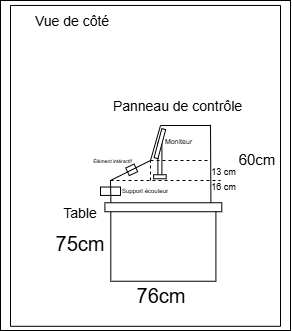
Earlier version of the draw.io export technique/plan_implantation_02.drawio.png (deux-intelligence/deux-neurones). Source tidied: cells renumbered, new cells last; positions are measured from the earlier drawing's top-left corner, leaving out a move shared by most shapes.
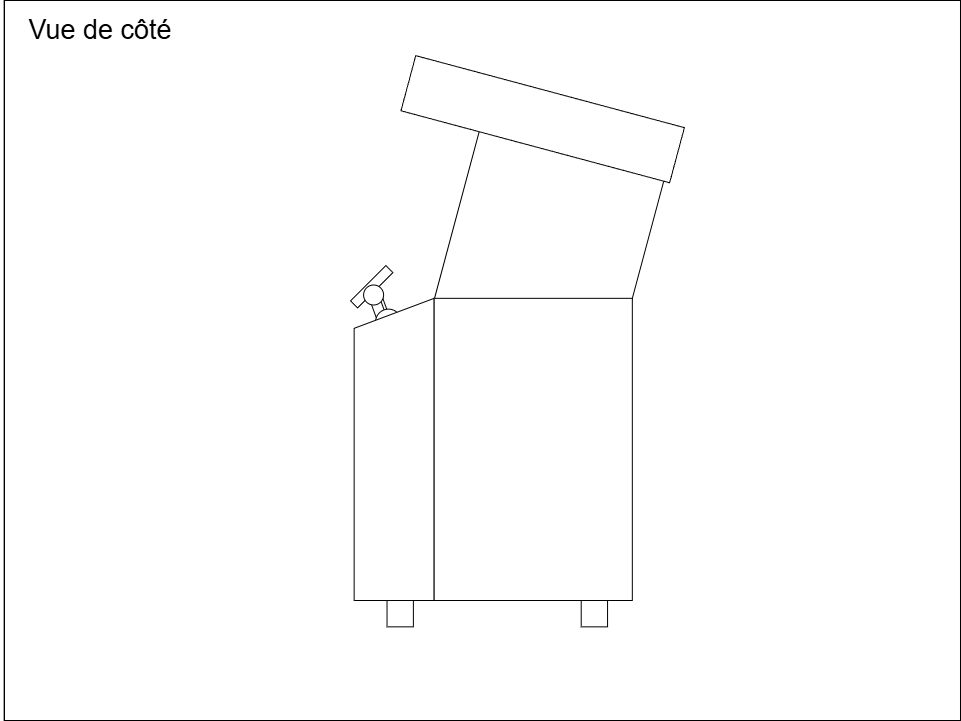
After the commit.

Commit message:
Élargir Plan d'implantation (mesure des modifications à mettre)

Diff of the diagram source:
```diff
@@ -2,112 +2,53 @@
   <root>
     <mxCell id="0" />
     <mxCell id="1" parent="0" />
-    <mxCell id="2" style="rounded=0;whiteSpace=wrap;html=1;" parent="1" vertex="1">
-      <mxGeometry width="290" height="330" as="geometry" />
-    </mxCell>
-    <mxCell id="3" style="swimlane;startSize=0;" parent="1" vertex="1">
-      <mxGeometry x="10" y="4.9" width="270" height="320.9" as="geometry" />
-    </mxCell>
-    <mxCell id="4" style="rounded=0;whiteSpace=wrap;html=1;rotation=0;" parent="3" vertex="1">
-      <mxGeometry x="147.4" y="137.5" width="4" height="32.5" as="geometry" />
-    </mxCell>
-    <mxCell id="5" style="rounded=0;whiteSpace=wrap;html=1;rotation=65;direction=south;" parent="3" vertex="1">
-      <mxGeometry x="117" y="159.8" width="8.4" height="9.2" as="geometry" />
-    </mxCell>
-    <mxCell id="6" style="rounded=0;whiteSpace=wrap;html=1;" parent="3" vertex="1">
-      <mxGeometry x="90" y="181.6" width="20" height="8.4" as="geometry" />
-    </mxCell>
-    <mxCell id="7" style="endArrow=none;html=1;exitX=1.007;exitY=0.145;exitDx=0;exitDy=0;exitPerimeter=0;" parent="3" edge="1" source="25">
-      <mxGeometry relative="1" as="geometry">
-        <mxPoint x="100" y="175.1" as="targetPoint" />
-      </mxGeometry>
-    </mxCell>
+    <mxCell id="30" style="whiteSpace=wrap;html=1;" parent="1" vertex="1">
+      <mxGeometry x="-506" y="-50" width="956" height="720" as="geometry" />
+    </mxCell>
+    <mxCell id="31" style="swimlane;startSize=0;direction=south;" parent="1" vertex="1">
+      <mxGeometry x="-506.4" y="-50" width="956.4" height="720" as="geometry" />
+    </mxCell>
+    <mxCell id="32" style="rounded=0;whiteSpace=wrap;html=1;rotation=15;direction=west;" parent="31" vertex="1">
+      <mxGeometry x="452.6" y="100" width="191.1" height="254.8" as="geometry" />
+    </mxCell>
+    <mxCell id="33" style="group;" parent="31" vertex="1">
+      <mxGeometry x="346.3" y="265" width="44.5" height="69.7" as="geometry" />
+    </mxCell>
+    <mxCell id="34" style="rounded=0;whiteSpace=wrap;html=1;rotation=-20;direction=south;" parent="33" vertex="1">
+      <mxGeometry x="26.2" y="19.5" width="10" height="50" as="geometry" />
+    </mxCell>
+    <mxCell id="35" style="rounded=0;whiteSpace=wrap;html=1;rotation=45;direction=south;" parent="33" vertex="1">
+      <mxGeometry x="16.2" y="-3.8" width="10" height="50" as="geometry" />
+    </mxCell>
+    <mxCell id="36" style="rounded=0;whiteSpace=wrap;html=1;rotation=-20;direction=south;" parent="31" vertex="1">
+      <mxGeometry x="372.4" y="292.1" width="10" height="50" as="geometry" />
+    </mxCell>
+    <mxCell id="37" style="whiteSpace=wrap;html=1;" parent="31" vertex="1">
+      <mxGeometry x="382.9" y="600" width="26.4" height="26.4" as="geometry" />
+    </mxCell>
+    <mxCell id="38" style="whiteSpace=wrap;html=1;" parent="31" vertex="1">
+      <mxGeometry x="577.1" y="600" width="26.4" height="26.4" as="geometry" />
+    </mxCell>
+    <mxCell id="39" style="ellipse;whiteSpace=wrap;html=1;" parent="31" vertex="1">
+      <mxGeometry x="398.2" y="322.2" width="14.2" height="14.2" as="geometry" />
+    </mxCell>
+    <mxCell id="40" style="ellipse;whiteSpace=wrap;html=1;" parent="31" vertex="1">
+      <mxGeometry x="371.4" y="308.6" width="25.7" height="25.7" as="geometry" />
+    </mxCell>
+    <mxCell id="41" style="rounded=0;whiteSpace=wrap;html=1;rotation=15;" parent="31" vertex="1">
+      <mxGeometry x="399.5" y="90.2" width="278.1" height="57.1" as="geometry" />
+    </mxCell>
+    <mxCell id="42" style="shape=manualInput;whiteSpace=wrap;html=1;" parent="31" vertex="1">
+      <mxGeometry x="350" y="297.8" width="80" height="302.2" as="geometry" />
+    </mxCell>
+    <mxCell id="43" style="ellipse;whiteSpace=wrap;html=1;" parent="31" vertex="1">
+      <mxGeometry x="359.4" y="284.5" width="20" height="20" as="geometry" />
+    </mxCell>
+    <mxCell id="44" style="rounded=0;whiteSpace=wrap;html=1;" parent="31" vertex="1">
+      <mxGeometry x="430" y="297.8" width="198.2" height="302.2" as="geometry" />
+    </mxCell>
-    <mxCell id="8" value="Vue de côté" style="text;html=1;whiteSpace=wrap;strokeColor=none;fillColor=none;align=center;verticalAlign=middle;rounded=0;fontSize=14;" parent="3" vertex="1">
-      <mxGeometry x="12.4" y="0.9" width="100" height="30" as="geometry" />
+    <mxCell id="8" value="Vue de côté" style="text;html=1;whiteSpace=wrap;strokeColor=none;fillColor=none;align=center;verticalAlign=middle;rounded=0;fontSize=27;" parent="1" vertex="1">
+      <mxGeometry x="-510" y="-50" width="200" height="60" as="geometry" />
     </mxCell>
-    <mxCell id="9" value="60cm" style="text;html=1;whiteSpace=wrap;strokeColor=none;fillColor=none;align=center;verticalAlign=middle;rounded=0;fontSize=15;spacing=1;" parent="3" vertex="1">
-      <mxGeometry x="227" y="143.1" width="40" height="21.3" as="geometry" />
-    </mxCell>
-    <mxCell id="10" value="75cm" style="text;html=1;whiteSpace=wrap;strokeColor=none;fillColor=none;align=center;verticalAlign=middle;rounded=0;fontSize=20;" parent="3" vertex="1">
-      <mxGeometry x="40" y="223.2" width="60" height="30" as="geometry" />
-    </mxCell>
-    <mxCell id="11" value="76cm" style="text;html=1;whiteSpace=wrap;strokeColor=none;fillColor=none;align=center;verticalAlign=middle;rounded=0;fontSize=20;" parent="3" vertex="1">
-      <mxGeometry x="121.4" y="275.1" width="60" height="30" as="geometry" />
-    </mxCell>
-    <mxCell id="12" style="endArrow=none;html=1;" parent="3" edge="1">
-      <mxGeometry relative="1" as="geometry">
-        <mxPoint x="100" y="175.1" as="sourcePoint" />
-        <mxPoint x="140" y="155.1" as="targetPoint" />
-      </mxGeometry>
-    </mxCell>
-    <mxCell id="13" style="endArrow=none;html=1;" parent="3" edge="1">
-      <mxGeometry relative="1" as="geometry">
-        <mxPoint x="140" y="155.1" as="sourcePoint" />
-        <mxPoint x="150" y="120.1" as="targetPoint" />
-      </mxGeometry>
-    </mxCell>
-    <mxCell id="14" style="endArrow=none;html=1;exitX=0.97;exitY=0.092;exitDx=0;exitDy=0;exitPerimeter=0;" parent="3" edge="1">
-      <mxGeometry relative="1" as="geometry">
-        <mxPoint x="200.4" y="197.5" as="sourcePoint" />
-        <mxPoint x="200" y="119.4" as="targetPoint" />
-      </mxGeometry>
-    </mxCell>
-    <mxCell id="15" value="16 cm" style="text;html=1;whiteSpace=wrap;strokeColor=none;fillColor=none;align=center;verticalAlign=middle;rounded=0;fontSize=9;" parent="3" vertex="1">
-      <mxGeometry x="200" y="174.9" width="27" height="15.1" as="geometry" />
-    </mxCell>
-    <mxCell id="16" style="rounded=0;whiteSpace=wrap;html=1;rotation=15;" parent="3" vertex="1">
-      <mxGeometry x="147.4" y="123.2" width="4" height="30" as="geometry" />
-    </mxCell>
-    <mxCell id="17" style="endArrow=none;dashed=1;html=1;" parent="3" edge="1">
-      <mxGeometry relative="1" as="geometry">
-        <mxPoint x="140" y="155.1" as="sourcePoint" />
-        <mxPoint x="200" y="155.1" as="targetPoint" />
-      </mxGeometry>
-    </mxCell>
-    <mxCell id="18" style="rounded=0;whiteSpace=wrap;html=1;rotation=-90;" parent="3" vertex="1">
-      <mxGeometry x="147.4" y="165.1" width="4" height="12.5" as="geometry" />
-    </mxCell>
-    <mxCell id="19" value="13 cm" style="text;html=1;whiteSpace=wrap;strokeColor=none;fillColor=none;align=center;verticalAlign=middle;rounded=0;fontSize=9;" parent="3" vertex="1">
-      <mxGeometry x="200" y="159.1" width="27" height="15.1" as="geometry" />
-    </mxCell>
-    <mxCell id="20" value="Moniteur" style="text;html=1;whiteSpace=wrap;strokeColor=none;fillColor=none;align=center;verticalAlign=middle;rounded=0;fontSize=7;" parent="3" vertex="1">
-      <mxGeometry x="151.4" y="131.6" width="35.4" height="11.5" as="geometry" />
-    </mxCell>
-    <mxCell id="21" value="Support écouteur" style="text;html=1;whiteSpace=wrap;strokeColor=none;fillColor=none;align=center;verticalAlign=middle;rounded=0;fontSize=6;" parent="3" vertex="1">
-      <mxGeometry x="105" y="180.1" width="60" height="11.5" as="geometry" />
-    </mxCell>
-    <mxCell id="22" value="Élément intéractif" style="text;html=1;whiteSpace=wrap;strokeColor=none;fillColor=none;align=center;verticalAlign=middle;rounded=0;fontSize=5;" parent="3" vertex="1">
-      <mxGeometry x="80" y="150" width="45.4" height="9.8" as="geometry" />
-    </mxCell>
-    <mxCell id="23" style="rounded=0;whiteSpace=wrap;html=1;direction=south;rotation=-90;fillColor=none;" parent="1" vertex="1">
-      <mxGeometry x="125.2" y="190.6" width="75.2" height="105.1" as="geometry" />
-    </mxCell>
-    <mxCell id="24" style="rounded=0;whiteSpace=wrap;html=1;direction=south;rotation=-90;" parent="1" vertex="1">
-      <mxGeometry x="158.4" y="148.3" width="9" height="116.9" as="geometry" />
-    </mxCell>
-    <mxCell id="25" value="Table" style="text;html=1;whiteSpace=wrap;strokeColor=none;fillColor=none;align=center;verticalAlign=middle;rounded=0;fontSize=14;" parent="1" vertex="1">
-      <mxGeometry x="50" y="198.1" width="60" height="30" as="geometry" />
-    </mxCell>
-    <mxCell id="26" value="Panneau de contrôle" style="text;html=1;whiteSpace=wrap;strokeColor=none;fillColor=none;align=center;verticalAlign=middle;rounded=0;fontSize=14;" parent="1" vertex="1">
-      <mxGeometry x="110" y="91" width="135.4" height="30.5" as="geometry" />
-    </mxCell>
-    <mxCell id="27" style="endArrow=none;html=1;" parent="1" edge="1">
-      <mxGeometry relative="1" as="geometry">
-        <mxPoint x="210" y="125" as="sourcePoint" />
-        <mxPoint x="160" y="125" as="targetPoint" />
-      </mxGeometry>
-    </mxCell>
-    <mxCell id="28" style="endArrow=none;dashed=1;html=1;" parent="1" edge="1">
-      <mxGeometry relative="1" as="geometry">
-        <mxPoint x="110" y="180" as="sourcePoint" />
-        <mxPoint x="220" y="180" as="targetPoint" />
-      </mxGeometry>
-    </mxCell>
-    <mxCell id="29" style="endArrow=none;dashed=1;html=1;" parent="1" edge="1">
-      <mxGeometry relative="1" as="geometry">
-        <mxPoint x="150" y="180" as="sourcePoint" />
-        <mxPoint x="150" y="160" as="targetPoint" />
-      </mxGeometry>
-    </mxCell>
   </root>
 </mxGraphModel>
```
